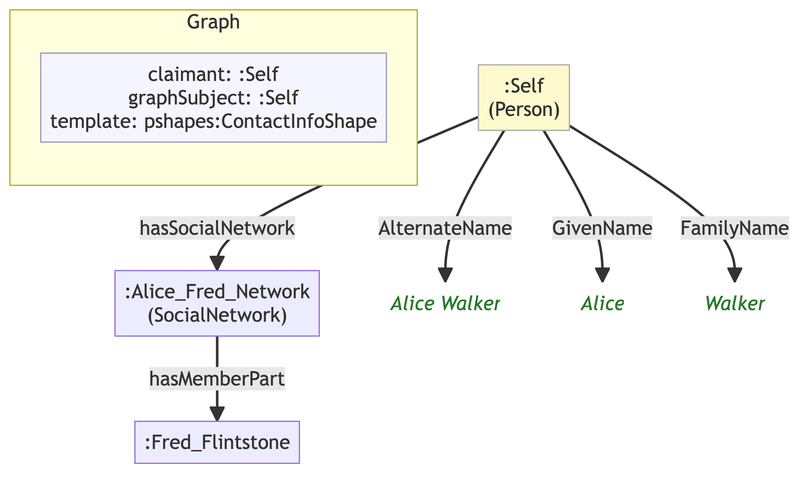
Above: example/graphs/images/graph-29.png in MeeFoundation/mia-ontologies (Mermaid), before the change. Its source is kept beside it as example/graphs/images/graph-29.mmd.
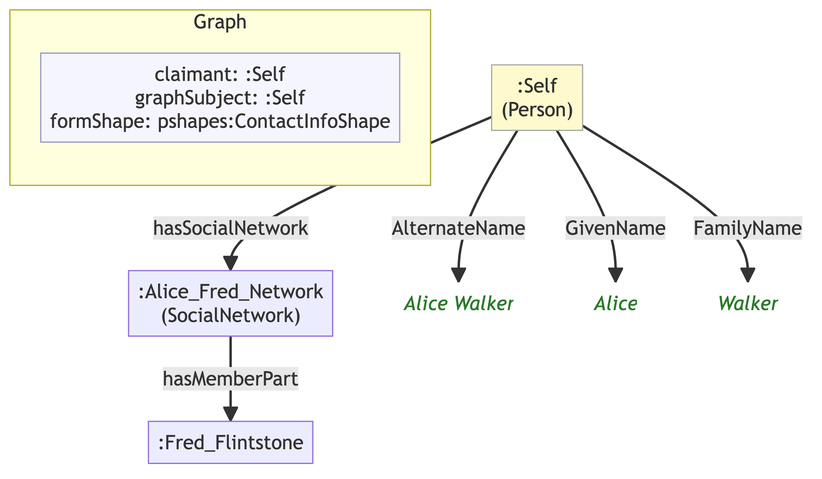
After the commit.

Change to the diagram source:
```diff
@@ -7,18 +7,18 @@
 
     subgraph ctx["Graph"]
         direction LR
-        ctx_meta["claimant: :Self\ngraphSubject: :Self\ntemplate: pshapes:ContactInfoShape"]:::meta
+        ctx_meta["claimant: :Self\ngraphSubject: :Self\nformShape: pshapes:ContactInfoShape"]:::meta
     end
 
-    na0f9c29996d0[":Alice_Fred_Network\n(SocialNetwork)"]
-    ne18068490c1e[":Fred_Flintstone"]
-    ne0c3ba92f1db[":Self\n(Person)"]:::person
-    na96785de0119("Alice Walker"):::lit
-    nc9efff7d5ed5("Alice"):::lit
-    n928f26dea5ec("Walker"):::lit
+    ned526b7a31de[":Alice_Fred_Network\n(SocialNetwork)"]
+    nf099ac6b6cf7[":Fred_Flintstone"]
+    n655e442e50be[":Self\n(Person)"]:::person
+    n0125c8082eca("Alice Walker"):::lit
+    n1b28a08007f9("Alice"):::lit
+    n9195fd664ac8("Walker"):::lit
 
-    na0f9c29996d0 -->|"hasMemberPart"| ne18068490c1e
-    ne0c3ba92f1db -->|"AlternateName"| na96785de0119
-    ne0c3ba92f1db -->|"GivenName"| nc9efff7d5ed5
-    ne0c3ba92f1db -->|"FamilyName"| n928f26dea5ec
-    ne0c3ba92f1db -->|"hasSocialNetwork"| na0f9c29996d0
+    ned526b7a31de -->|"hasMemberPart"| nf099ac6b6cf7
+    n655e442e50be -->|"AlternateName"| n0125c8082eca
+    n655e442e50be -->|"GivenName"| n1b28a08007f9
+    n655e442e50be -->|"FamilyName"| n9195fd664ac8
+    n655e442e50be -->|"hasSocialNetwork"| ned526b7a31de
```
